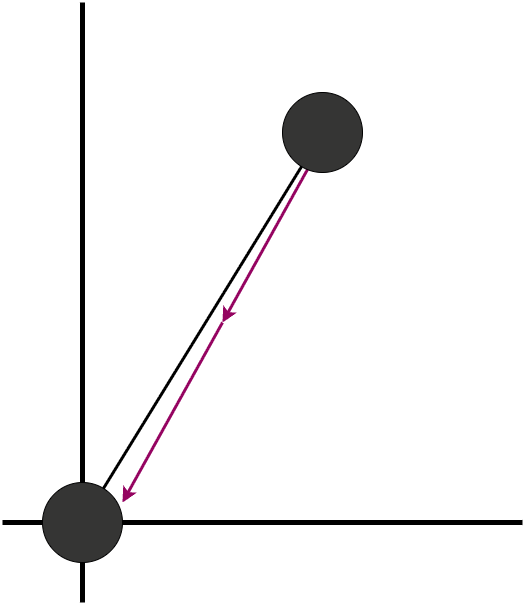
The draw.io diagram images/svp.png in pittma/pqc-talk, before a commit. Source tidied: cells renumbered, new cells last; positions are measured from the earlier drawing's top-left corner, leaving out a move shared by most shapes. Source of this version:
```xml
<mxGraphModel>
  <root>
    <mxCell id="0" />
    <mxCell id="1" parent="0" />
    <mxCell id="2" style="endArrow=none;html=1;rounded=0;strokeWidth=5;" parent="1" edge="1">
      <mxGeometry relative="1" as="geometry">
        <mxPoint x="80" y="600" as="sourcePoint" />
        <mxPoint x="80" as="targetPoint" />
      </mxGeometry>
    </mxCell>
    <mxCell id="3" style="rounded=0;orthogonalLoop=1;jettySize=auto;html=1;strokeWidth=3;strokeColor=#950461;" parent="1" edge="1">
      <mxGeometry relative="1" as="geometry">
        <mxPoint x="320" y="140" as="sourcePoint" />
        <mxPoint x="220" y="320" as="targetPoint" />
      </mxGeometry>
    </mxCell>
    <mxCell id="4" style="endArrow=none;html=1;rounded=0;strokeWidth=5;" parent="1" edge="1">
      <mxGeometry relative="1" as="geometry">
        <mxPoint x="520" y="520" as="sourcePoint" />
        <mxPoint y="520" as="targetPoint" />
      </mxGeometry>
    </mxCell>
    <mxCell id="5" style="rounded=0;jettySize=auto;html=1;strokeWidth=3;entryX=0.5;entryY=0.5;entryDx=0;entryDy=0;entryPerimeter=0;" parent="1" edge="1" target="7">
      <mxGeometry relative="1" as="geometry">
        <mxPoint x="80" y="520" as="sourcePoint" />
      </mxGeometry>
    </mxCell>
    <mxCell id="6" style="ellipse;whiteSpace=wrap;html=1;fillColor=#353534;" parent="1" vertex="1">
      <mxGeometry x="40" y="480" width="80" height="80" as="geometry" />
    </mxCell>
    <mxCell id="7" style="ellipse;whiteSpace=wrap;html=1;fillColor=#353534;" parent="1" vertex="1">
      <mxGeometry x="280" y="90" width="80" height="80" as="geometry" />
    </mxCell>
    <mxCell id="8" style="rounded=0;orthogonalLoop=1;jettySize=auto;html=1;strokeWidth=3;strokeColor=#950461;" parent="1" edge="1">
      <mxGeometry relative="1" as="geometry">
        <mxPoint x="220" y="320" as="sourcePoint" />
        <mxPoint x="120" y="500" as="targetPoint" />
      </mxGeometry>
    </mxCell>
  </root>
</mxGraphModel>
```
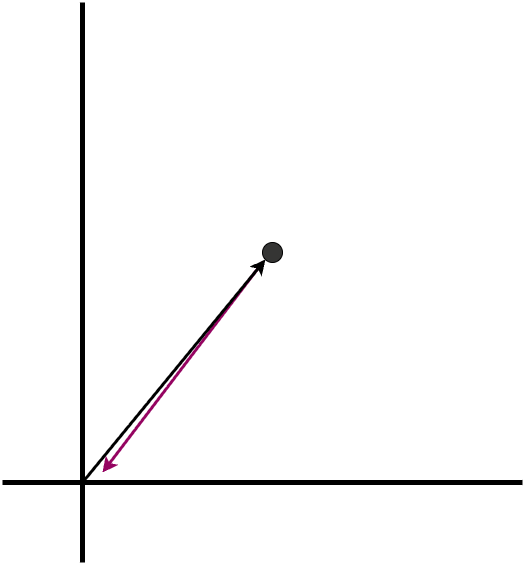
Later version of the same file.

Change to the diagram source:
```diff
@@ -4,38 +4,29 @@
     <mxCell id="1" parent="0" />
     <mxCell id="2" style="endArrow=none;html=1;rounded=0;strokeWidth=5;" parent="1" edge="1">
       <mxGeometry relative="1" as="geometry">
-        <mxPoint x="80" y="600" as="sourcePoint" />
-        <mxPoint x="80" as="targetPoint" />
+        <mxPoint x="-140" y="800" as="sourcePoint" />
+        <mxPoint x="-140" y="240" as="targetPoint" />
       </mxGeometry>
     </mxCell>
-    <mxCell id="3" style="rounded=0;orthogonalLoop=1;jettySize=auto;html=1;strokeWidth=3;strokeColor=#950461;" parent="1" edge="1">
+    <mxCell id="3" style="endArrow=none;html=1;rounded=0;strokeWidth=5;" parent="1" edge="1">
       <mxGeometry relative="1" as="geometry">
-        <mxPoint x="320" y="140" as="sourcePoint" />
-        <mxPoint x="220" y="320" as="targetPoint" />
+        <mxPoint x="300" y="720" as="sourcePoint" />
+        <mxPoint x="-220" y="720" as="targetPoint" />
       </mxGeometry>
     </mxCell>
-    <mxCell id="4" style="endArrow=none;html=1;rounded=0;strokeWidth=5;" parent="1" edge="1">
+    <mxCell id="4" style="rounded=0;orthogonalLoop=1;jettySize=auto;html=1;strokeWidth=3;strokeColor=#950461;" parent="1" edge="1">
       <mxGeometry relative="1" as="geometry">
-        <mxPoint x="520" y="520" as="sourcePoint" />
-        <mxPoint y="520" as="targetPoint" />
+        <mxPoint x="40" y="500" as="sourcePoint" />
+        <mxPoint x="-120" y="710" as="targetPoint" />
       </mxGeometry>
     </mxCell>
-    <mxCell id="5" style="rounded=0;jettySize=auto;html=1;strokeWidth=3;entryX=0.5;entryY=0.5;entryDx=0;entryDy=0;entryPerimeter=0;" parent="1" edge="1" target="7">
+    <mxCell id="5" style="rounded=0;jettySize=auto;html=1;strokeWidth=3;entryX=0;entryY=1;entryDx=0;entryDy=0;" parent="1" edge="1" target="6">
       <mxGeometry relative="1" as="geometry">
-        <mxPoint x="80" y="520" as="sourcePoint" />
+        <mxPoint x="-140" y="720" as="sourcePoint" />
       </mxGeometry>
     </mxCell>
     <mxCell id="6" style="ellipse;whiteSpace=wrap;html=1;fillColor=#353534;" parent="1" vertex="1">
-      <mxGeometry x="40" y="480" width="80" height="80" as="geometry" />
+      <mxGeometry x="40" y="480" width="20" height="20" as="geometry" />
     </mxCell>
-    <mxCell id="7" style="ellipse;whiteSpace=wrap;html=1;fillColor=#353534;" parent="1" vertex="1">
-      <mxGeometry x="280" y="90" width="80" height="80" as="geometry" />
-    </mxCell>
-    <mxCell id="8" style="rounded=0;orthogonalLoop=1;jettySize=auto;html=1;strokeWidth=3;strokeColor=#950461;" parent="1" edge="1">
-      <mxGeometry relative="1" as="geometry">
-        <mxPoint x="220" y="320" as="sourcePoint" />
-        <mxPoint x="120" y="500" as="targetPoint" />
-      </mxGeometry>
-    </mxCell>
   </root>
 </mxGraphModel>
```
